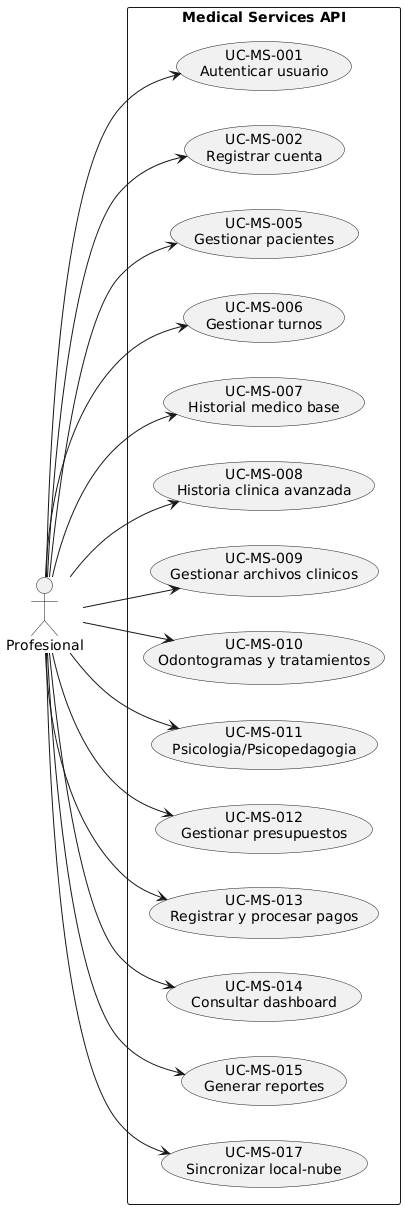
This is docs/assets/use_case_profesional.png from Yop007N/medicalcenter, a PlantUML export, as it was before one commit. Its diagram source:
```plantuml
@startuml
left to right direction
skinparam packageStyle rectangle
actor Profesional as P
rectangle "Medical Services API" {
  usecase "UC-MS-001\nAutenticar usuario" as UC1
  usecase "UC-MS-002\nRegistrar cuenta" as UC2
  usecase "UC-MS-005\nGestionar pacientes" as UC5
  usecase "UC-MS-006\nGestionar turnos" as UC6
  usecase "UC-MS-007\nHistorial medico base" as UC7
  usecase "UC-MS-008\nHistoria clinica avanzada" as UC8
  usecase "UC-MS-009\nGestionar archivos clinicos" as UC9
  usecase "UC-MS-010\nOdontogramas y tratamientos" as UC10
  usecase "UC-MS-011\nPsicologia/Psicopedagogia" as UC11
  usecase "UC-MS-012\nGestionar presupuestos" as UC12
  usecase "UC-MS-013\nRegistrar y procesar pagos" as UC13
  usecase "UC-MS-014\nConsultar dashboard" as UC14
  usecase "UC-MS-015\nGenerar reportes" as UC15
  usecase "UC-MS-017\nSincronizar local-nube" as UC17
}
P --> UC1
P --> UC2
P --> UC5
P --> UC6
P --> UC7
P --> UC8
P --> UC9
P --> UC10
P --> UC11
P --> UC12
P --> UC13
P --> UC14
P --> UC15
P --> UC17
@enduml
```
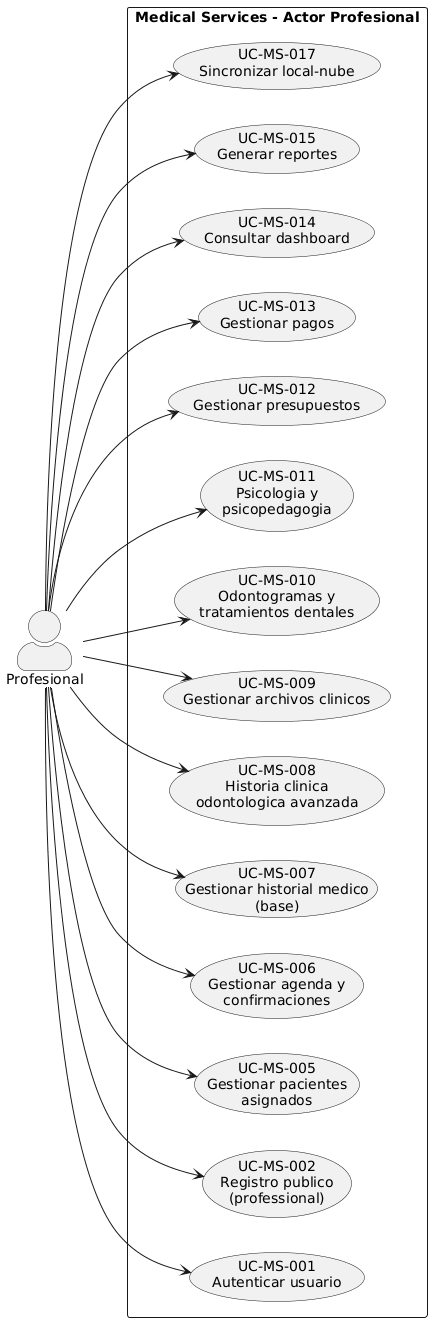
Above is the later version.

Change to the diagram source:
```diff
@@ -1,23 +1,28 @@
 @startuml
 left to right direction
 skinparam packageStyle rectangle
+skinparam shadowing false
+skinparam actorStyle awesome
+
 actor Profesional as P
-rectangle "Medical Services API" {
+
+rectangle "Medical Services - Actor Profesional" {
   usecase "UC-MS-001\nAutenticar usuario" as UC1
-  usecase "UC-MS-002\nRegistrar cuenta" as UC2
-  usecase "UC-MS-005\nGestionar pacientes" as UC5
-  usecase "UC-MS-006\nGestionar turnos" as UC6
-  usecase "UC-MS-007\nHistorial medico base" as UC7
-  usecase "UC-MS-008\nHistoria clinica avanzada" as UC8
+  usecase "UC-MS-002\nRegistro publico\n(professional)" as UC2
+  usecase "UC-MS-005\nGestionar pacientes\nasignados" as UC5
+  usecase "UC-MS-006\nGestionar agenda y\nconfirmaciones" as UC6
+  usecase "UC-MS-007\nGestionar historial medico\n(base)" as UC7
+  usecase "UC-MS-008\nHistoria clinica\nodontologica avanzada" as UC8
   usecase "UC-MS-009\nGestionar archivos clinicos" as UC9
-  usecase "UC-MS-010\nOdontogramas y tratamientos" as UC10
-  usecase "UC-MS-011\nPsicologia/Psicopedagogia" as UC11
+  usecase "UC-MS-010\nOdontogramas y\ntratamientos dentales" as UC10
+  usecase "UC-MS-011\nPsicologia y\npsicopedagogia" as UC11
   usecase "UC-MS-012\nGestionar presupuestos" as UC12
-  usecase "UC-MS-013\nRegistrar y procesar pagos" as UC13
+  usecase "UC-MS-013\nGestionar pagos" as UC13
   usecase "UC-MS-014\nConsultar dashboard" as UC14
   usecase "UC-MS-015\nGenerar reportes" as UC15
   usecase "UC-MS-017\nSincronizar local-nube" as UC17
 }
+
 P --> UC1
 P --> UC2
 P --> UC5
```
